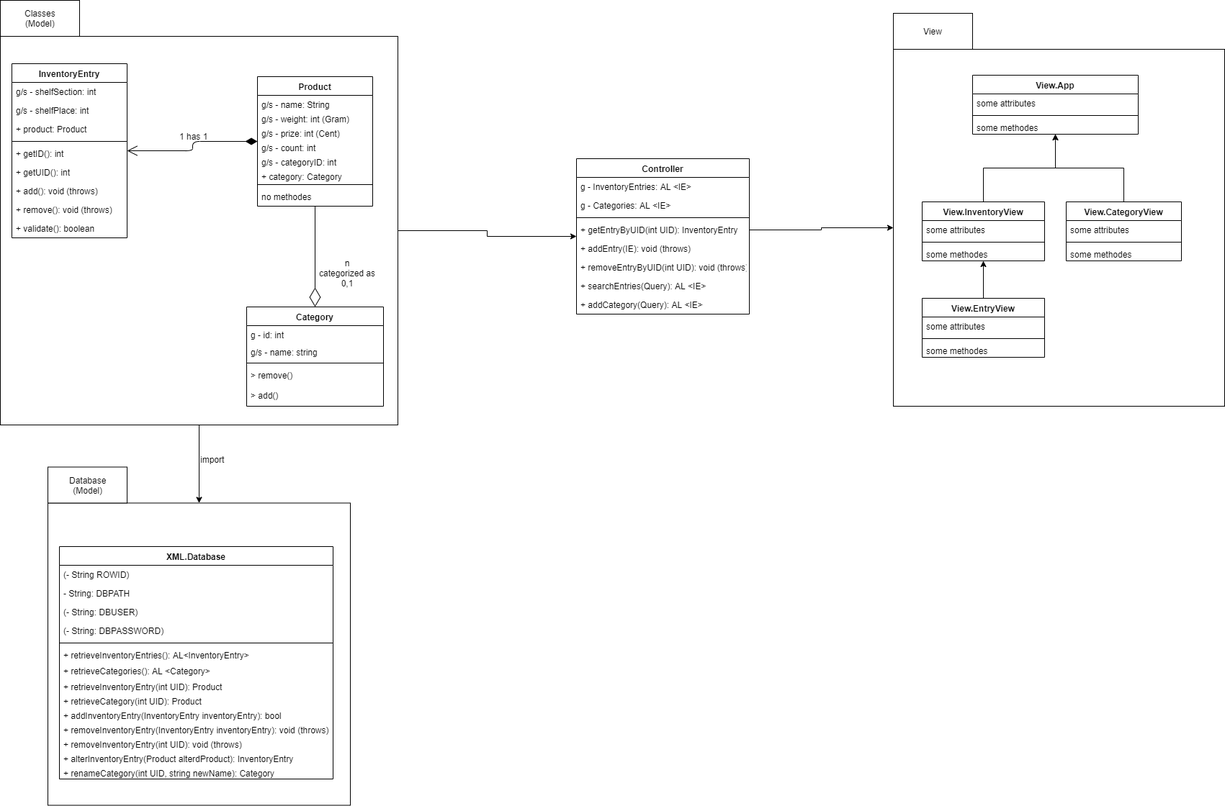
callidaria/pen-testing keeps this draw.io diagram as dev/models/UML Klassendiagram.png. Above is the earlier version. Source tidied: cells renumbered, new cells last; positions are measured from the earlier drawing's top-left corner, leaving out a move shared by most shapes.
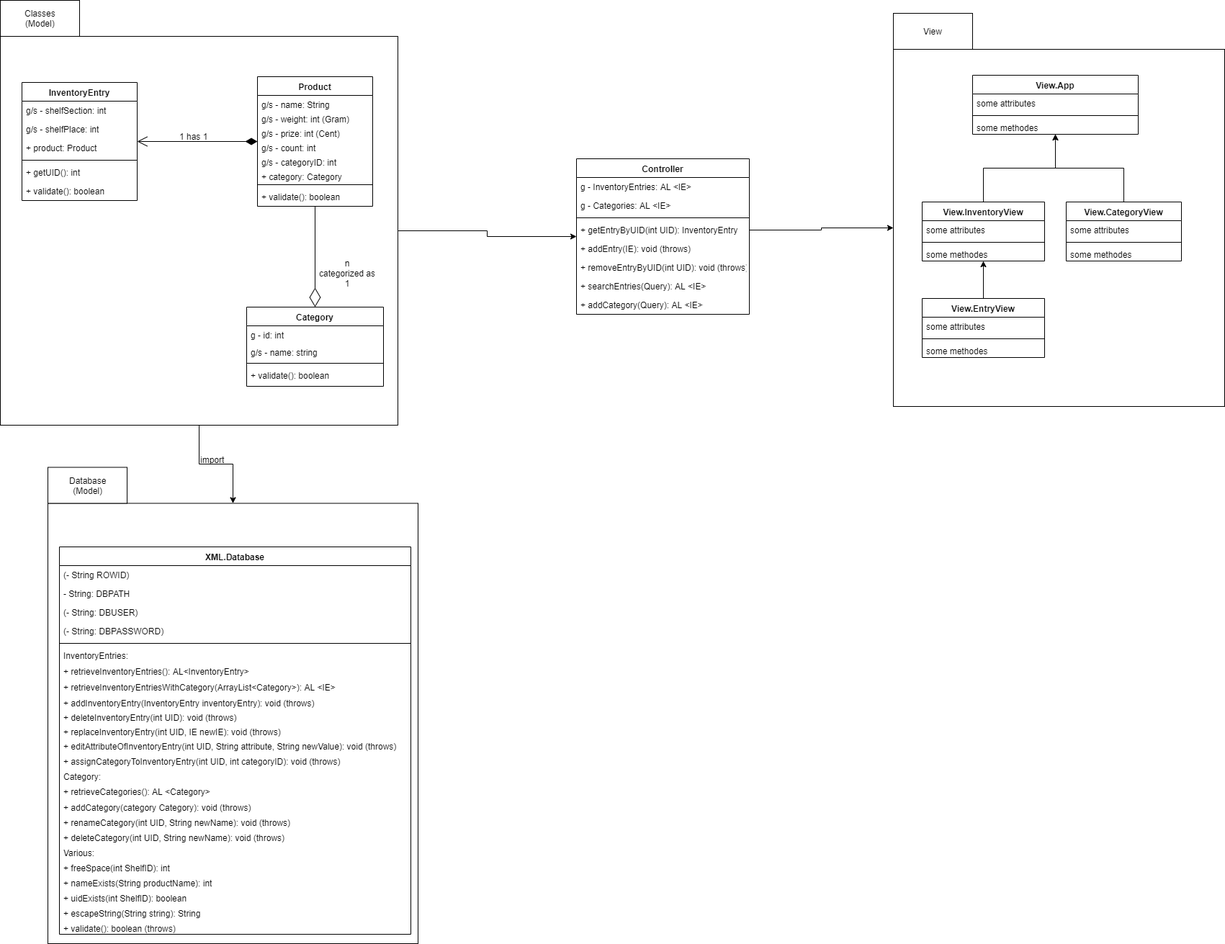
After the commit.

What changed in the source:
```diff
@@ -12,7 +12,7 @@
       <mxGeometry relative="1" as="geometry" />
     </mxCell>
     <mxCell id="5" style="rounded=0;whiteSpace=wrap;html=1;" parent="1" vertex="1">
-      <mxGeometry x="66" y="698.5" width="420" height="420" as="geometry" />
+      <mxGeometry x="66" y="698.5" width="514" height="611.5" as="geometry" />
     </mxCell>
     <mxCell id="6" value="Product" style="swimlane;fontStyle=1;align=center;verticalAlign=top;horizontal=1;startSize=26;" parent="1" vertex="1">
       <mxGeometry x="357" y="106" width="160" height="180" as="geometry" />
@@ -38,11 +38,11 @@
     <mxCell id="13" style="line;strokeWidth=1;fillColor=none;align=left;verticalAlign=middle;spacingTop=-1;spacingLeft=3;spacingRight=3;labelPosition=right;" parent="6" vertex="1">
       <mxGeometry y="146" width="160" height="8" as="geometry" />
     </mxCell>
-    <mxCell id="14" value="no methodes" style="text;strokeColor=none;fillColor=none;align=left;verticalAlign=top;spacingLeft=4;spacingRight=4;overflow=hidden;" parent="6" vertex="1">
+    <mxCell id="14" value="+ validate(): boolean" style="text;strokeColor=none;fillColor=none;align=left;verticalAlign=top;spacingLeft=4;spacingRight=4;overflow=hidden;" parent="6" vertex="1">
       <mxGeometry y="154" width="160" height="26" as="geometry" />
     </mxCell>
     <mxCell id="15" value="Category" style="swimlane;fontStyle=1;align=center;verticalAlign=top;horizontal=1;startSize=26;" parent="1" vertex="1">
-      <mxGeometry x="342" y="426" width="190" height="138" as="geometry" />
+      <mxGeometry x="342" y="426" width="190" height="110" as="geometry" />
     </mxCell>
     <mxCell id="16" value="g - id: int" style="text;strokeColor=none;fillColor=none;align=left;verticalAlign=top;spacingLeft=4;spacingRight=4;overflow=hidden;" parent="15" vertex="1">
       <mxGeometry y="26" width="190" height="24" as="geometry" />
@@ -53,62 +53,89 @@
     <mxCell id="18" style="line;strokeWidth=1;fillColor=none;align=left;verticalAlign=middle;spacingTop=-1;spacingLeft=3;spacingRight=3;labelPosition=right;" parent="15" vertex="1">
       <mxGeometry y="74" width="190" height="8" as="geometry" />
     </mxCell>
-    <mxCell id="19" value="&gt; remove()" style="text;strokeColor=none;fillColor=none;align=left;verticalAlign=top;spacingLeft=4;spacingRight=4;overflow=hidden;" parent="15" vertex="1">
-      <mxGeometry y="82" width="190" height="28" as="geometry" />
-    </mxCell>
-    <mxCell id="20" value="&gt; add()" style="text;strokeColor=none;fillColor=none;align=left;verticalAlign=top;spacingLeft=4;spacingRight=4;overflow=hidden;" parent="15" vertex="1">
-      <mxGeometry y="110" width="190" height="28" as="geometry" />
+    <mxCell id="20" value="+ validate(): boolean" style="text;strokeColor=none;fillColor=none;align=left;verticalAlign=top;spacingLeft=4;spacingRight=4;overflow=hidden;" parent="15" vertex="1">
+      <mxGeometry y="82" width="190" height="28" as="geometry" />
     </mxCell>
-    <mxCell id="21" value="n&lt;br&gt;categorized as&lt;br&gt;0,1" style="text;html=1;align=center;verticalAlign=top;spacingTop=-4;" parent="1" vertex="1">
+    <mxCell id="21" value="n&lt;br&gt;categorized as&lt;br&gt;1" style="text;html=1;align=center;verticalAlign=top;spacingTop=-4;" parent="1" vertex="1">
       <mxGeometry x="437" y="356" width="90" height="40" as="geometry" />
     </mxCell>
     <mxCell id="22" value="XML.Database" style="swimlane;fontStyle=1;align=center;verticalAlign=top;horizontal=1;startSize=26;" parent="1" vertex="1">
-      <mxGeometry x="82" y="759" width="380" height="323" as="geometry" />
+      <mxGeometry x="82" y="759" width="488" height="538" as="geometry" />
     </mxCell>
     <mxCell id="23" value="(- String ROWID)&#10;&#9;&#10;&#9;String DBPATH = &quot;\\\\sqlite\\\\db.pen_testing.db&quot;;&#10;&#9;&#10;&#9;String DBUSER = &quot;root&quot;;&#10;&#9;&#10;&#9;String DBPASSWORD = &quot;password&quot;;" style="text;strokeColor=none;fillColor=none;align=left;verticalAlign=top;spacingLeft=4;spacingRight=4;overflow=hidden;" parent="22" vertex="1">
-      <mxGeometry y="26" width="380" height="26" as="geometry" />
+      <mxGeometry y="26" width="488" height="26" as="geometry" />
     </mxCell>
     <mxCell id="24" value="- String: DBPATH" style="text;strokeColor=none;fillColor=none;align=left;verticalAlign=top;spacingLeft=4;spacingRight=4;overflow=hidden;" parent="22" vertex="1">
-      <mxGeometry y="52" width="380" height="26" as="geometry" />
+      <mxGeometry y="52" width="488" height="26" as="geometry" />
     </mxCell>
     <mxCell id="25" value="(- String: DBUSER)" style="text;strokeColor=none;fillColor=none;align=left;verticalAlign=top;spacingLeft=4;spacingRight=4;overflow=hidden;" parent="22" vertex="1">
-      <mxGeometry y="78" width="380" height="26" as="geometry" />
+      <mxGeometry y="78" width="488" height="26" as="geometry" />
     </mxCell>
     <mxCell id="26" value="(- String: DBPASSWORD)" style="text;strokeColor=none;fillColor=none;align=left;verticalAlign=top;spacingLeft=4;spacingRight=4;overflow=hidden;" parent="22" vertex="1">
-      <mxGeometry y="104" width="380" height="26" as="geometry" />
+      <mxGeometry y="104" width="488" height="26" as="geometry" />
     </mxCell>
     <mxCell id="27" style="line;strokeWidth=1;fillColor=none;align=left;verticalAlign=middle;spacingTop=-1;spacingLeft=3;spacingRight=3;labelPosition=right;" parent="22" vertex="1">
-      <mxGeometry y="130" width="380" height="8" as="geometry" />
+      <mxGeometry y="130" width="488" height="8" as="geometry" />
     </mxCell>
+    <mxCell id="84" value="InventoryEntries:" style="text;strokeColor=none;fillColor=none;align=left;verticalAlign=top;spacingLeft=4;spacingRight=4;overflow=hidden;" parent="22" vertex="1">
+      <mxGeometry y="138" width="488" height="22" as="geometry" />
+    </mxCell>
     <mxCell id="28" value="+ retrieveInventoryEntries(): AL&lt;InventoryEntry&gt;" style="text;strokeColor=none;fillColor=none;align=left;verticalAlign=top;spacingLeft=4;spacingRight=4;overflow=hidden;" parent="22" vertex="1">
-      <mxGeometry y="138" width="380" height="22" as="geometry" />
+      <mxGeometry y="160" width="488" height="22" as="geometry" />
     </mxCell>
-    <mxCell id="29" value="+ retrieveCategories(): AL &lt;Category&gt;" style="text;strokeColor=none;fillColor=none;align=left;verticalAlign=top;spacingLeft=4;spacingRight=4;overflow=hidden;" parent="22" vertex="1">
-      <mxGeometry y="160" width="380" height="22" as="geometry" />
-    </mxCell>
-    <mxCell id="30" value="+ retrieveInventoryEntry(int UID): Product" style="text;strokeColor=none;fillColor=none;align=left;verticalAlign=top;spacingLeft=4;spacingRight=4;overflow=hidden;" parent="22" vertex="1">
-      <mxGeometry y="182" width="380" height="20" as="geometry" />
-    </mxCell>
-    <mxCell id="31" value="+ retrieveCategory(int UID): Product" style="text;strokeColor=none;fillColor=none;align=left;verticalAlign=top;spacingLeft=4;spacingRight=4;overflow=hidden;" parent="22" vertex="1">
-      <mxGeometry y="202" width="380" height="20" as="geometry" />
-    </mxCell>
+    <mxCell id="85" value="+ retrieveInventoryEntriesWithCategory(ArrayList&lt;Category&gt;): AL &lt;IE&gt;" style="text;strokeColor=none;fillColor=none;align=left;verticalAlign=top;spacingLeft=4;spacingRight=4;overflow=hidden;" parent="22" vertex="1">
+      <mxGeometry y="182" width="488" height="22" as="geometry" />
+    </mxCell>
-    <mxCell id="32" value="+ addInventoryEntry(InventoryEntry inventoryEntry): bool" style="text;strokeColor=none;fillColor=none;align=left;verticalAlign=top;spacingLeft=4;spacingRight=4;overflow=hidden;" parent="22" vertex="1">
-      <mxGeometry y="222" width="380" height="20" as="geometry" />
+    <mxCell id="32" value="+ addInventoryEntry(InventoryEntry inventoryEntry): void (throws)" style="text;strokeColor=none;fillColor=none;align=left;verticalAlign=top;spacingLeft=4;spacingRight=4;overflow=hidden;" parent="22" vertex="1">
+      <mxGeometry y="204" width="488" height="20" as="geometry" />
     </mxCell>
-    <mxCell id="33" value="+ removeInventoryEntry(InventoryEntry inventoryEntry): void (throws)" style="text;strokeColor=none;fillColor=none;align=left;verticalAlign=top;spacingLeft=4;spacingRight=4;overflow=hidden;" parent="22" vertex="1">
-      <mxGeometry y="242" width="380" height="20" as="geometry" />
-    </mxCell>
-    <mxCell id="34" value="+ removeInventoryEntry(int UID): void (throws)" style="text;strokeColor=none;fillColor=none;align=left;verticalAlign=top;spacingLeft=4;spacingRight=4;overflow=hidden;" parent="22" vertex="1">
-      <mxGeometry y="262" width="380" height="20" as="geometry" />
+    <mxCell id="34" value="+ deleteInventoryEntry(int UID): void (throws)" style="text;strokeColor=none;fillColor=none;align=left;verticalAlign=top;spacingLeft=4;spacingRight=4;overflow=hidden;" parent="22" vertex="1">
+      <mxGeometry y="224" width="488" height="20" as="geometry" />
     </mxCell>
-    <mxCell id="35" value="+ alterInventoryEntry(Product alterdProduct): InventoryEntry" style="text;strokeColor=none;fillColor=none;align=left;verticalAlign=top;spacingLeft=4;spacingRight=4;overflow=hidden;" parent="22" vertex="1">
-      <mxGeometry y="282" width="380" height="20" as="geometry" />
+    <mxCell id="35" value="+ replaceInventoryEntry(int UID, IE newIE): void (throws)" style="text;strokeColor=none;fillColor=none;align=left;verticalAlign=top;spacingLeft=4;spacingRight=4;overflow=hidden;" parent="22" vertex="1">
+      <mxGeometry y="244" width="488" height="20" as="geometry" />
     </mxCell>
-    <mxCell id="36" value="+ renameCategory(int UID, string newName): Category" style="text;strokeColor=none;fillColor=none;align=left;verticalAlign=top;spacingLeft=4;spacingRight=4;overflow=hidden;" parent="22" vertex="1">
-      <mxGeometry y="302" width="380" height="21" as="geometry" />
+    <mxCell id="36" value="+ editAttributeOfInventoryEntry(int UID, String attribute, String newValue): void (throws)" style="text;strokeColor=none;fillColor=none;align=left;verticalAlign=top;spacingLeft=4;spacingRight=4;overflow=hidden;" parent="22" vertex="1">
+      <mxGeometry y="264" width="488" height="21" as="geometry" />
     </mxCell>
+    <mxCell id="86" value="+ assignCategoryToInventoryEntry(int UID, int categoryID): void (throws)" style="text;strokeColor=none;fillColor=none;align=left;verticalAlign=top;spacingLeft=4;spacingRight=4;overflow=hidden;" parent="22" vertex="1">
+      <mxGeometry y="285" width="488" height="21" as="geometry" />
+    </mxCell>
+    <mxCell id="87" value="Category:" style="text;strokeColor=none;fillColor=none;align=left;verticalAlign=top;spacingLeft=4;spacingRight=4;overflow=hidden;" parent="22" vertex="1">
+      <mxGeometry y="306" width="488" height="21" as="geometry" />
+    </mxCell>
+    <mxCell id="29" value="+ retrieveCategories(): AL &lt;Category&gt;" style="text;strokeColor=none;fillColor=none;align=left;verticalAlign=top;spacingLeft=4;spacingRight=4;overflow=hidden;" parent="22" vertex="1">
+      <mxGeometry y="327" width="488" height="22" as="geometry" />
+    </mxCell>
+    <mxCell id="88" value="+ addCategory(category Category): void (throws)" style="text;strokeColor=none;fillColor=none;align=left;verticalAlign=top;spacingLeft=4;spacingRight=4;overflow=hidden;" parent="22" vertex="1">
+      <mxGeometry y="349" width="488" height="21" as="geometry" />
+    </mxCell>
+    <mxCell id="89" value="+ renameCategory(int UID, String newName): void (throws)" style="text;strokeColor=none;fillColor=none;align=left;verticalAlign=top;spacingLeft=4;spacingRight=4;overflow=hidden;" parent="22" vertex="1">
+      <mxGeometry y="370" width="488" height="21" as="geometry" />
+    </mxCell>
+    <mxCell id="90" value="+ deleteCategory(int UID, String newName): void (throws)" style="text;strokeColor=none;fillColor=none;align=left;verticalAlign=top;spacingLeft=4;spacingRight=4;overflow=hidden;" parent="22" vertex="1">
+      <mxGeometry y="391" width="488" height="21" as="geometry" />
+    </mxCell>
+    <mxCell id="91" value="Various:" style="text;strokeColor=none;fillColor=none;align=left;verticalAlign=top;spacingLeft=4;spacingRight=4;overflow=hidden;" parent="22" vertex="1">
+      <mxGeometry y="412" width="488" height="21" as="geometry" />
+    </mxCell>
+    <mxCell id="92" value="+ freeSpace(int ShelfID): int" style="text;strokeColor=none;fillColor=none;align=left;verticalAlign=top;spacingLeft=4;spacingRight=4;overflow=hidden;" parent="22" vertex="1">
+      <mxGeometry y="433" width="488" height="21" as="geometry" />
+    </mxCell>
+    <mxCell id="93" value="+ nameExists(String productName): int" style="text;strokeColor=none;fillColor=none;align=left;verticalAlign=top;spacingLeft=4;spacingRight=4;overflow=hidden;" parent="22" vertex="1">
+      <mxGeometry y="454" width="488" height="21" as="geometry" />
+    </mxCell>
+    <mxCell id="94" value="+ uidExists(int ShelfID): boolean" style="text;strokeColor=none;fillColor=none;align=left;verticalAlign=top;spacingLeft=4;spacingRight=4;overflow=hidden;" parent="22" vertex="1">
+      <mxGeometry y="475" width="488" height="21" as="geometry" />
+    </mxCell>
+    <mxCell id="95" value="+ escapeString(String string): String" style="text;strokeColor=none;fillColor=none;align=left;verticalAlign=top;spacingLeft=4;spacingRight=4;overflow=hidden;" parent="22" vertex="1">
+      <mxGeometry y="496" width="488" height="21" as="geometry" />
+    </mxCell>
+    <mxCell id="96" value="+ validate(): boolean (throws)" style="text;strokeColor=none;fillColor=none;align=left;verticalAlign=top;spacingLeft=4;spacingRight=4;overflow=hidden;" parent="22" vertex="1">
+      <mxGeometry y="517" width="488" height="21" as="geometry" />
+    </mxCell>
     <mxCell id="37" value="InventoryEntry" style="swimlane;fontStyle=1;align=center;verticalAlign=top;horizontal=1;startSize=26;" parent="1" vertex="1">
-      <mxGeometry x="16" y="88" width="160" height="242" as="geometry" />
+      <mxGeometry x="30" y="114" width="160" height="164" as="geometry" />
     </mxCell>
     <mxCell id="38" value="g/s - shelfSection: int" style="text;strokeColor=none;fillColor=none;align=left;verticalAlign=top;spacingLeft=4;spacingRight=4;overflow=hidden;" parent="37" vertex="1">
       <mxGeometry y="26" width="160" height="26" as="geometry" />
@@ -122,20 +149,11 @@
     <mxCell id="41" style="line;strokeWidth=1;fillColor=none;align=left;verticalAlign=middle;spacingTop=-1;spacingLeft=3;spacingRight=3;labelPosition=right;" parent="37" vertex="1">
       <mxGeometry y="104" width="160" height="8" as="geometry" />
     </mxCell>
-    <mxCell id="42" value="+ getID(): int" style="text;strokeColor=none;fillColor=none;align=left;verticalAlign=top;spacingLeft=4;spacingRight=4;overflow=hidden;" parent="37" vertex="1">
-      <mxGeometry y="112" width="160" height="26" as="geometry" />
-    </mxCell>
     <mxCell id="43" value="+ getUID(): int" style="text;strokeColor=none;fillColor=none;align=left;verticalAlign=top;spacingLeft=4;spacingRight=4;overflow=hidden;" parent="37" vertex="1">
-      <mxGeometry y="138" width="160" height="26" as="geometry" />
+      <mxGeometry y="112" width="160" height="26" as="geometry" />
     </mxCell>
-    <mxCell id="44" value="+ add(): void (throws)" style="text;strokeColor=none;fillColor=none;align=left;verticalAlign=top;spacingLeft=4;spacingRight=4;overflow=hidden;" parent="37" vertex="1">
-      <mxGeometry y="164" width="160" height="26" as="geometry" />
-    </mxCell>
-    <mxCell id="45" value="+ remove(): void (throws)" style="text;strokeColor=none;fillColor=none;align=left;verticalAlign=top;spacingLeft=4;spacingRight=4;overflow=hidden;" parent="37" vertex="1">
-      <mxGeometry y="190" width="160" height="26" as="geometry" />
-    </mxCell>
     <mxCell id="46" value="+ validate(): boolean" style="text;strokeColor=none;fillColor=none;align=left;verticalAlign=top;spacingLeft=4;spacingRight=4;overflow=hidden;" parent="37" vertex="1">
-      <mxGeometry y="216" width="160" height="26" as="geometry" />
+      <mxGeometry y="138" width="160" height="26" as="geometry" />
     </mxCell>
     <mxCell id="47" style="endArrow=open;html=1;endSize=12;startArrow=diamondThin;startSize=14;startFill=1;edgeStyle=orthogonalEdgeStyle;align=left;verticalAlign=bottom;" parent="1" edge="1" source="6" target="37">
       <mxGeometry y="-124" relative="1" as="geometry">
```
